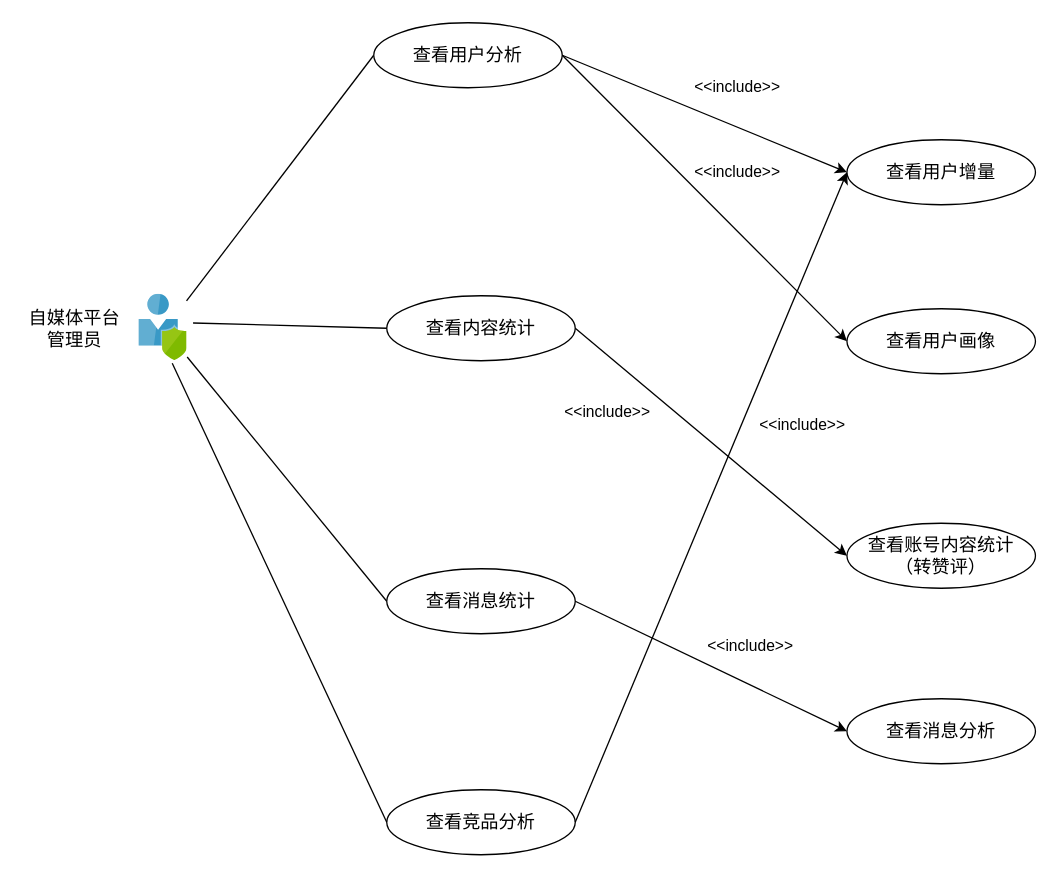
Earlier version of the draw.io diagram 1-SoftwareRequirements/DataAnalysis/da_usercase.drawio (zan-press/diagram). Source tidied: cells renumbered, new cells numbered last; positions are measured from the earlier drawing's top-left corner, leaving out a move shared by most shapes. Both pictures are drawn from the tidied source at 130%, with x=0, y=0 at pixel (22, 22).
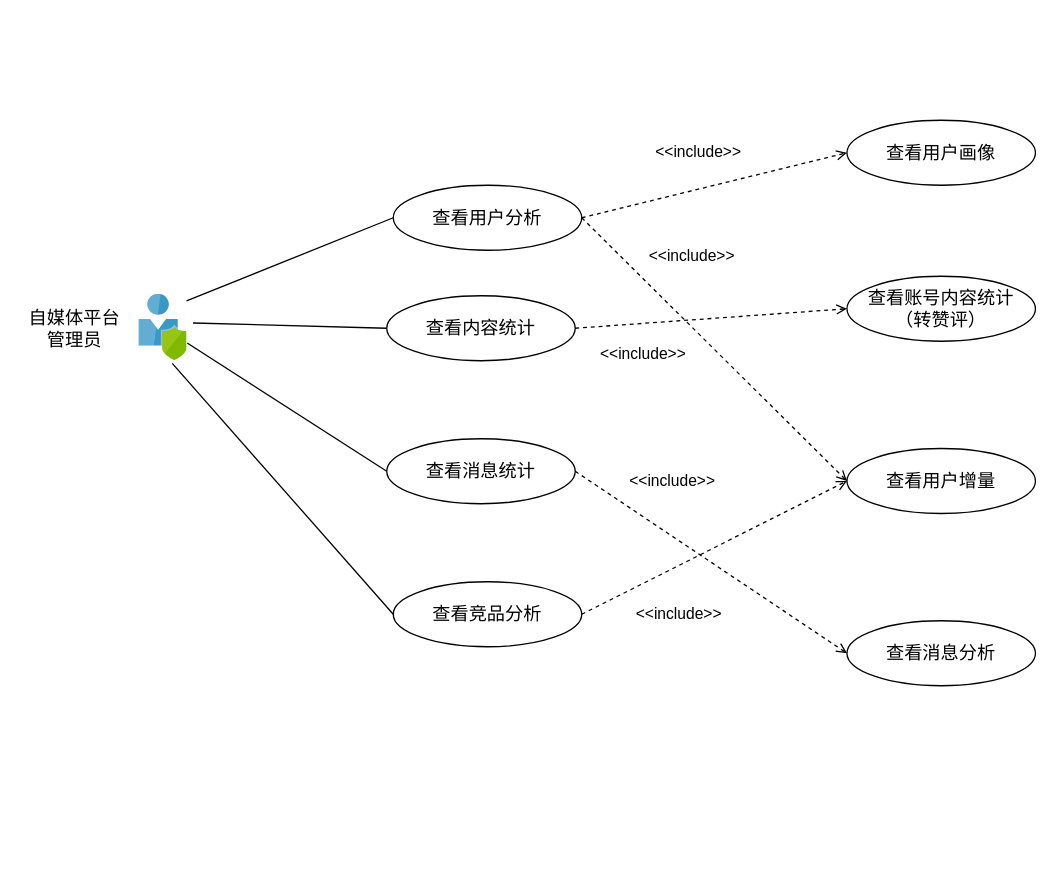
Above is the later version.

The change refers to these unchanged cells:
```xml
<mxCell id="8" value="查看内容统计" style="ellipse;whiteSpace=wrap;html=1;fontFamily=SF Mono;fontSize=14;" parent="1" vertex="1">
  <mxGeometry x="280" y="210" width="145" height="50" as="geometry" />
</mxCell>
```

What changed in the source:
```diff
@@
     <mxCell id="6" value="查看用户分析" style="ellipse;whiteSpace=wrap;html=1;fontFamily=SF Mono;fontSize=14;" parent="1" vertex="1">
-      <mxGeometry x="270" width="145" height="50" as="geometry" />
+      <mxGeometry x="285" y="125" width="145" height="50" as="geometry" />
     </mxCell>
     <mxCell id="7" value="查看消息统计" style="ellipse;whiteSpace=wrap;html=1;fontFamily=SF Mono;fontSize=14;" parent="1" vertex="1">
-      <mxGeometry x="280" y="420" width="145" height="50" as="geometry" />
+      <mxGeometry x="280" y="320" width="145" height="50" as="geometry" />
     </mxCell>
@@
     <mxCell id="9" value="查看竞品分析" style="ellipse;whiteSpace=wrap;html=1;fontFamily=SF Mono;fontSize=14;" parent="1" vertex="1">
-      <mxGeometry x="280" y="590" width="145" height="50" as="geometry" />
+      <mxGeometry x="285" y="430" width="145" height="50" as="geometry" />
     </mxCell>
@@
     <mxCell id="12" value="查看用户增量" style="ellipse;whiteSpace=wrap;html=1;fontFamily=SF Mono;fontSize=14;" parent="1" vertex="1">
-      <mxGeometry x="634" y="90" width="145" height="50" as="geometry" />
+      <mxGeometry x="634" y="327.5" width="145" height="50" as="geometry" />
     </mxCell>
     <mxCell id="13" value="查看用户画像" style="ellipse;whiteSpace=wrap;html=1;fontFamily=SF Mono;fontSize=14;" parent="1" vertex="1">
-      <mxGeometry x="634" y="220" width="145" height="50" as="geometry" />
+      <mxGeometry x="634" y="75" width="145" height="50" as="geometry" />
     </mxCell>
     <mxCell id="14" value="查看消息分析" style="ellipse;whiteSpace=wrap;html=1;fontFamily=SF Mono;fontSize=14;" parent="1" vertex="1">
-      <mxGeometry x="634" y="520" width="145" height="50" as="geometry" />
+      <mxGeometry x="634" y="460" width="145" height="50" as="geometry" />
     </mxCell>
     <mxCell id="15" value="查看账号内容统计&lt;br&gt;（转赞评）" style="ellipse;whiteSpace=wrap;html=1;fontFamily=SF Mono;fontSize=14;" parent="1" vertex="1">
-      <mxGeometry x="634" y="385" width="145" height="50" as="geometry" />
+      <mxGeometry x="634" y="195" width="145" height="50" as="geometry" />
     </mxCell>
-    <mxCell id="16" style="endArrow=classic;html=1;entryX=0;entryY=0.5;entryDx=0;entryDy=0;exitX=1;exitY=0.5;exitDx=0;exitDy=0;fontFamily=SF Mono;" parent="1" edge="1" source="6" target="13">
+    <mxCell id="16" style="endArrow=open;html=1;entryX=0;entryY=0.5;entryDx=0;entryDy=0;exitX=1;exitY=0.5;exitDx=0;exitDy=0;fontFamily=SF Mono;endFill=0;dashed=1;" parent="1" edge="1" source="6" target="13">
       <mxGeometry relative="1" as="geometry" />
     </mxCell>
-    <mxCell id="17" style="endArrow=classic;html=1;exitX=1;exitY=0.5;exitDx=0;exitDy=0;entryX=0;entryY=0.5;entryDx=0;entryDy=0;fontFamily=SF Mono;" parent="1" edge="1" source="6" target="12">
+    <mxCell id="17" style="endArrow=open;html=1;exitX=1;exitY=0.5;exitDx=0;exitDy=0;entryX=0;entryY=0.5;entryDx=0;entryDy=0;fontFamily=SF Mono;endFill=0;dashed=1;" parent="1" edge="1" source="6" target="12">
       <mxGeometry relative="1" as="geometry" />
     </mxCell>
-    <mxCell id="18" style="endArrow=classic;html=1;exitX=1;exitY=0.5;exitDx=0;exitDy=0;entryX=0;entryY=0.5;entryDx=0;entryDy=0;fontFamily=SF Mono;" parent="1" edge="1" source="8" target="15">
+    <mxCell id="18" style="endArrow=open;html=1;exitX=1;exitY=0.5;exitDx=0;exitDy=0;entryX=0;entryY=0.5;entryDx=0;entryDy=0;fontFamily=SF Mono;endFill=0;dashed=1;" parent="1" edge="1" source="8" target="15">
       <mxGeometry relative="1" as="geometry" />
     </mxCell>
-    <mxCell id="19" style="endArrow=classic;html=1;exitX=1;exitY=0.5;exitDx=0;exitDy=0;entryX=0;entryY=0.5;entryDx=0;entryDy=0;fontFamily=SF Mono;" parent="1" edge="1" source="7" target="14">
+    <mxCell id="19" style="endArrow=open;html=1;exitX=1;exitY=0.5;exitDx=0;exitDy=0;entryX=0;entryY=0.5;entryDx=0;entryDy=0;fontFamily=SF Mono;endFill=0;dashed=1;" parent="1" edge="1" source="7" target="14">
       <mxGeometry relative="1" as="geometry" />
     </mxCell>
-    <mxCell id="20" style="endArrow=classic;html=1;exitX=1;exitY=0.5;exitDx=0;exitDy=0;entryX=0;entryY=0.5;entryDx=0;entryDy=0;fontFamily=SF Mono;" parent="1" edge="1" source="9" target="12">
+    <mxCell id="20" style="endArrow=open;html=1;exitX=1;exitY=0.5;exitDx=0;exitDy=0;entryX=0;entryY=0.5;entryDx=0;entryDy=0;fontFamily=SF Mono;endFill=0;dashed=1;" parent="1" edge="1" source="9" target="12">
       <mxGeometry relative="1" as="geometry" />
     </mxCell>
     <mxCell id="21" value="&amp;lt;&amp;lt;include&amp;gt;&amp;gt;" style="text;html=1;strokeColor=none;fillColor=none;align=center;verticalAlign=middle;whiteSpace=wrap;rounded=0;fontFamily=SF Mono;" parent="1" vertex="1">
-      <mxGeometry x="530" y="40" width="40" height="20" as="geometry" />
+      <mxGeometry x="465" y="90" width="110" height="20" as="geometry" />
     </mxCell>
     <mxCell id="22" value="&amp;lt;&amp;lt;include&amp;gt;&amp;gt;" style="text;html=1;strokeColor=none;fillColor=none;align=center;verticalAlign=middle;whiteSpace=wrap;rounded=0;fontFamily=SF Mono;" parent="1" vertex="1">
-      <mxGeometry x="530" y="105" width="40" height="20" as="geometry" />
+      <mxGeometry x="460" y="170" width="110" height="20" as="geometry" />
     </mxCell>
     <mxCell id="23" value="&amp;lt;&amp;lt;include&amp;gt;&amp;gt;" style="text;html=1;strokeColor=none;fillColor=none;align=center;verticalAlign=middle;whiteSpace=wrap;rounded=0;fontFamily=SF Mono;" parent="1" vertex="1">
-      <mxGeometry x="430" y="290" width="40" height="20" as="geometry" />
+      <mxGeometry x="435" y="245" width="85" height="20" as="geometry" />
     </mxCell>
     <mxCell id="24" value="&amp;lt;&amp;lt;include&amp;gt;&amp;gt;" style="text;html=1;strokeColor=none;fillColor=none;align=center;verticalAlign=middle;whiteSpace=wrap;rounded=0;fontFamily=SF Mono;" parent="1" vertex="1">
-      <mxGeometry x="540" y="470" width="40" height="20" as="geometry" />
+      <mxGeometry x="465" y="445" width="80" height="20" as="geometry" />
     </mxCell>
     <mxCell id="25" value="&amp;lt;&amp;lt;include&amp;gt;&amp;gt;" style="text;html=1;strokeColor=none;fillColor=none;align=center;verticalAlign=middle;whiteSpace=wrap;rounded=0;fontFamily=SF Mono;" parent="1" vertex="1">
-      <mxGeometry x="580" y="300" width="40" height="20" as="geometry" />
+      <mxGeometry x="445" y="342.5" width="110" height="20" as="geometry" />
     </mxCell>
```
